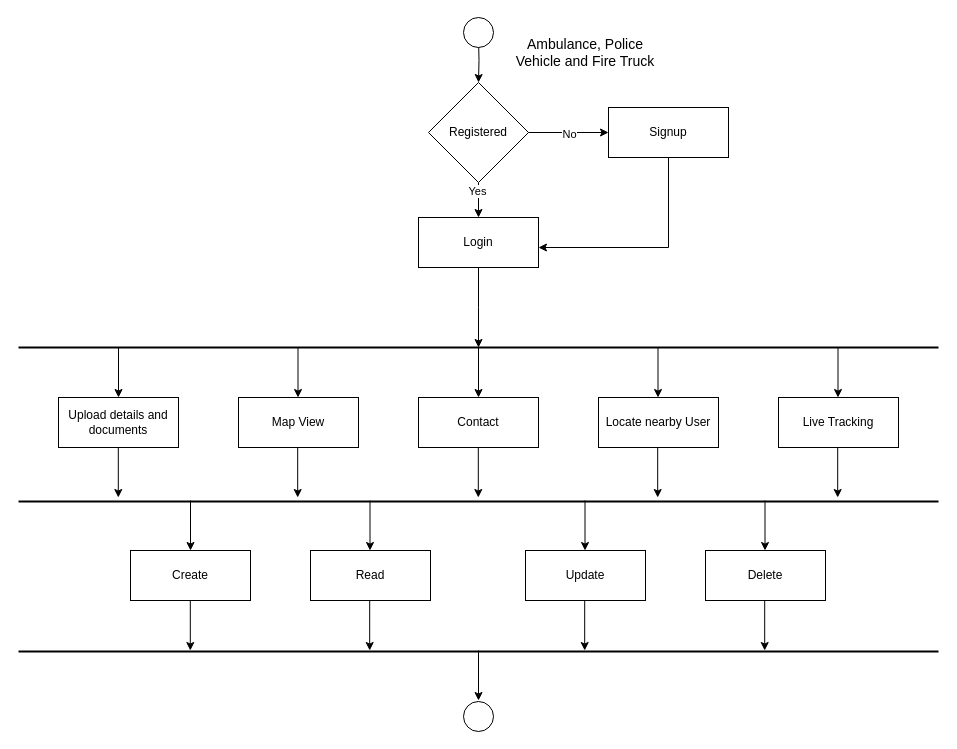
iAmVip1/Rapid-Reach keeps this draw.io diagram as Documentation/image for documentation/activity diagram/ambulance activitydiagram.drawio. Above is the earlier version. Source tidied: cells renumbered, new cells numbered last; positions are measured from the earlier drawing's top-left corner, leaving out a move shared by most shapes. Both pictures are drawn from the tidied source at 100%, with x=0, y=0 at pixel (18, 17).
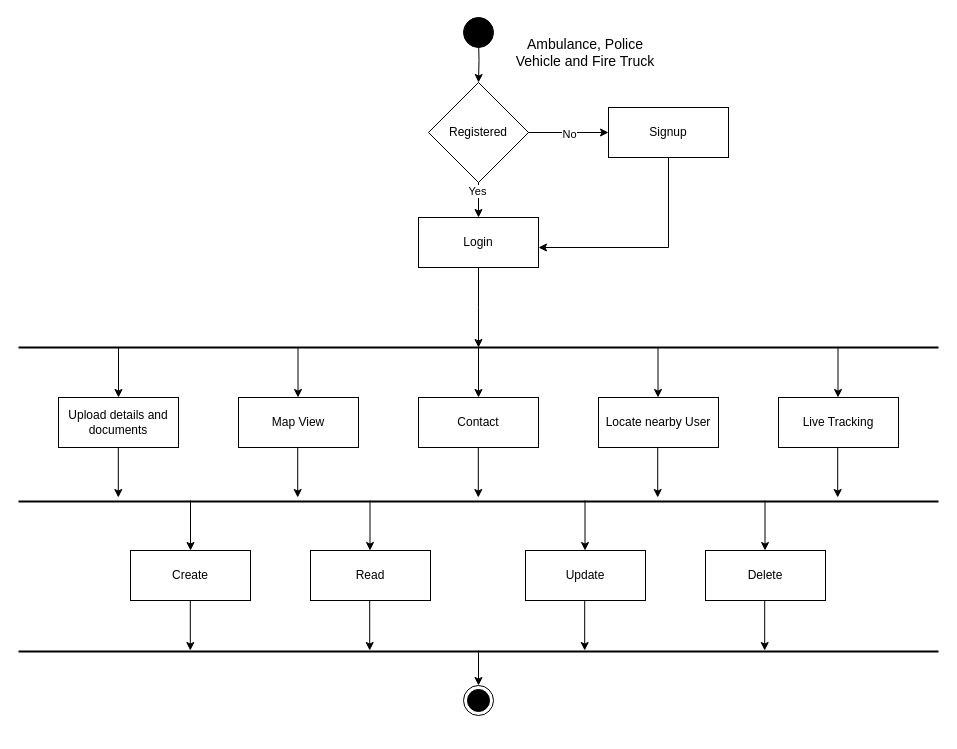
After the change.

Change to the diagram source:
```diff
@@
-    <mxCell id="17" style="ellipse;whiteSpace=wrap;html=1;" parent="1" vertex="1">
+    <mxCell id="17" style="ellipse;whiteSpace=wrap;html=1;fillColor=#000000;" parent="1" vertex="1">
       <mxGeometry x="445" width="30" height="30" as="geometry" />
     </mxCell>
@@
-    <mxCell id="30" style="endArrow=classic;html=1;rounded=0;" parent="1" edge="1">
+    <mxCell id="30" style="endArrow=classic;html=1;rounded=0;" parent="1" edge="1" target="46">
       <mxGeometry relative="1" as="geometry">
         <mxPoint x="460" y="633" as="sourcePoint" />
-        <mxPoint x="460" y="683" as="targetPoint" />
       </mxGeometry>
     </mxCell>
-    <mxCell id="31" style="ellipse;whiteSpace=wrap;html=1;" parent="1" vertex="1">
-      <mxGeometry x="445" y="684" width="30" height="30" as="geometry" />
-    </mxCell>
@@
+    <mxCell id="46" style="ellipse;html=1;shape=endState;fillColor=strokeColor;" parent="1" vertex="1">
+      <mxGeometry x="445" y="668" width="30" height="30" as="geometry" />
+    </mxCell>
```
